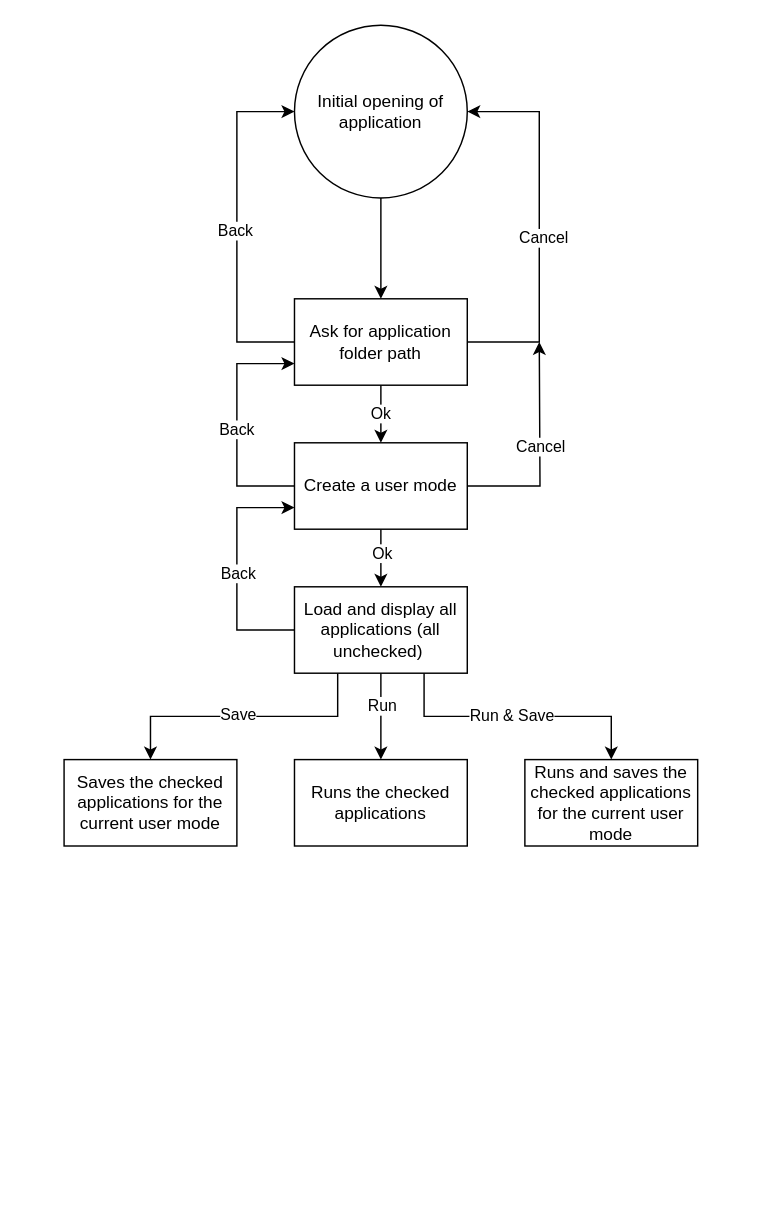
This is openApp.drawio from sohum7/openApp, a draw.io file, before an edit. Source tidied: cells renumbered, new cells numbered last; positions are measured from the earlier drawing's top-left corner, leaving out a move shared by most shapes. Both pictures are drawn from the tidied source at 144%, with x=0, y=0 at pixel (63, 24).
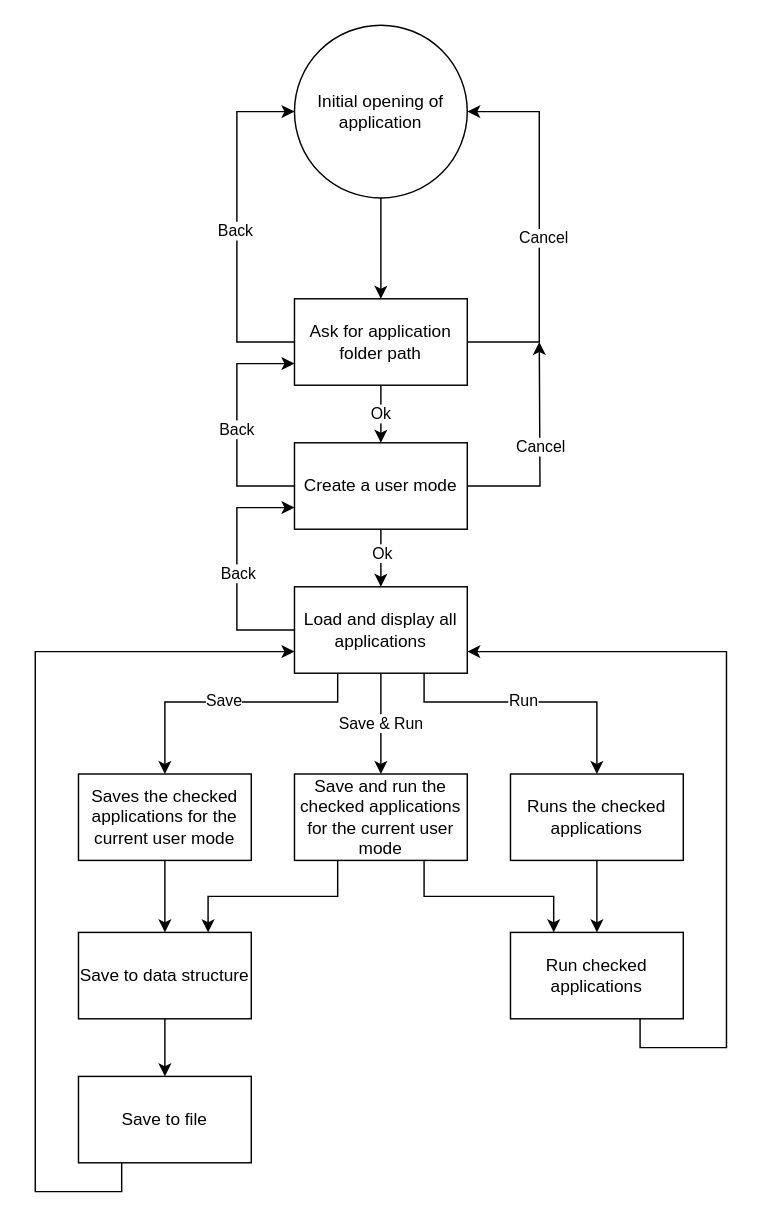
The same diagram, later.

What changed in the source:
```diff
@@
     <mxCell id="19" style="edgeStyle=orthogonalEdgeStyle;rounded=0;jettySize=auto;html=1;exitX=0.25;exitY=1;exitDx=0;exitDy=0;entryX=0.5;entryY=0;entryDx=0;entryDy=0;" parent="1" edge="1" source="25" target="26">
-      <mxGeometry relative="1" as="geometry" />
+      <mxGeometry relative="1" as="geometry">
+        <Array as="points">
+          <mxPoint x="190" y="470" />
+          <mxPoint x="70" y="470" />
+        </Array>
+      </mxGeometry>
     </mxCell>
@@
+    <mxCell id="23" value="Save &amp;amp; Run" style="edgeStyle=orthogonalEdgeStyle;rounded=0;jettySize=auto;html=1;exitX=0.5;exitY=1;exitDx=0;exitDy=0;" parent="1" edge="1" source="25" target="28">
+      <mxGeometry relative="1" as="geometry" />
+    </mxCell>
-    <mxCell id="21" style="edgeStyle=orthogonalEdgeStyle;rounded=0;jettySize=auto;html=1;" parent="1" edge="1" source="25" target="27">
-      <mxGeometry relative="1" as="geometry" />
+    <mxCell id="21" style="edgeStyle=orthogonalEdgeStyle;rounded=0;jettySize=auto;html=1;exitX=0.75;exitY=1;exitDx=0;exitDy=0;entryX=0.5;entryY=0;entryDx=0;entryDy=0;" parent="1" edge="1" source="25" target="27">
+      <mxGeometry relative="1" as="geometry">
+        <Array as="points">
+          <mxPoint x="250" y="470" />
+          <mxPoint x="370" y="470" />
+        </Array>
+      </mxGeometry>
     </mxCell>
     <mxCell id="22" value="Run" style="edgeLabel;html=1;align=center;verticalAlign=middle;" parent="21" vertex="1">
-      <mxGeometry x="-0.27" relative="1" as="geometry" />
+      <mxGeometry x="0.16" y="2" relative="1" as="geometry">
+        <mxPoint x="-22" as="offset" />
+      </mxGeometry>
     </mxCell>
-    <mxCell id="23" style="edgeStyle=orthogonalEdgeStyle;rounded=0;jettySize=auto;html=1;exitX=0.75;exitY=1;exitDx=0;exitDy=0;" parent="1" edge="1" source="25" target="28">
-      <mxGeometry relative="1" as="geometry" />
-    </mxCell>
-    <mxCell id="24" value="Run &amp;amp; Save" style="edgeLabel;html=1;align=center;verticalAlign=middle;" parent="23" vertex="1">
-      <mxGeometry x="-0.45" y="1" relative="1" as="geometry">
-        <mxPoint x="38" as="offset" />
-      </mxGeometry>
-    </mxCell>
-    <mxCell id="25" value="Load and display all applications (all unchecked)&amp;nbsp;" style="rounded=0;whiteSpace=wrap;html=1;" parent="1" vertex="1">
+    <mxCell id="25" value="Load and display all applications" style="rounded=0;whiteSpace=wrap;html=1;" parent="1" vertex="1">
       <mxGeometry x="160" y="390" width="120" height="60" as="geometry" />
     </mxCell>
+    <mxCell id="29" style="edgeStyle=orthogonalEdgeStyle;rounded=0;jettySize=auto;html=1;" parent="1" edge="1" source="26" target="34">
+      <mxGeometry relative="1" as="geometry" />
+    </mxCell>
     <mxCell id="26" value="Saves the checked applications for the current user mode" style="whiteSpace=wrap;html=1;rounded=0;" parent="1" vertex="1">
-      <mxGeometry y="510" width="120" height="60" as="geometry" />
+      <mxGeometry x="10" y="520" width="120" height="60" as="geometry" />
     </mxCell>
+    <mxCell id="30" style="edgeStyle=orthogonalEdgeStyle;rounded=0;jettySize=auto;html=1;" parent="1" edge="1" source="27" target="38">
+      <mxGeometry relative="1" as="geometry" />
+    </mxCell>
     <mxCell id="27" value="Runs the checked applications" style="whiteSpace=wrap;html=1;rounded=0;" parent="1" vertex="1">
-      <mxGeometry x="160" y="510" width="120" height="60" as="geometry" />
+      <mxGeometry x="310" y="520" width="120" height="60" as="geometry" />
     </mxCell>
+    <mxCell id="31" style="edgeStyle=orthogonalEdgeStyle;rounded=0;jettySize=auto;html=1;exitX=0.25;exitY=1;exitDx=0;exitDy=0;entryX=0.75;entryY=0;entryDx=0;entryDy=0;" parent="1" edge="1" source="28" target="34">
+      <mxGeometry relative="1" as="geometry" />
+    </mxCell>
+    <mxCell id="32" style="edgeStyle=orthogonalEdgeStyle;rounded=0;jettySize=auto;html=1;exitX=0.75;exitY=1;exitDx=0;exitDy=0;entryX=0.25;entryY=0;entryDx=0;entryDy=0;" parent="1" edge="1" source="28" target="38">
+      <mxGeometry relative="1" as="geometry" />
+    </mxCell>
-    <mxCell id="28" value="Runs and saves the checked applications for the current user mode" style="rounded=0;whiteSpace=wrap;html=1;" parent="1" vertex="1">
-      <mxGeometry x="320" y="510" width="120" height="60" as="geometry" />
+    <mxCell id="28" value="Save and run the checked applications for the current user mode" style="rounded=0;whiteSpace=wrap;html=1;" parent="1" vertex="1">
+      <mxGeometry x="160" y="520" width="120" height="60" as="geometry" />
     </mxCell>
+    <mxCell id="33" style="edgeStyle=orthogonalEdgeStyle;rounded=0;jettySize=auto;html=1;" parent="1" edge="1" source="34" target="36">
+      <mxGeometry relative="1" as="geometry" />
+    </mxCell>
+    <mxCell id="34" value="Save to data structure" style="whiteSpace=wrap;html=1;rounded=0;" parent="1" vertex="1">
+      <mxGeometry x="10" y="630" width="120" height="60" as="geometry" />
+    </mxCell>
+    <mxCell id="35" style="edgeStyle=orthogonalEdgeStyle;rounded=0;jettySize=auto;html=1;exitX=0.25;exitY=1;exitDx=0;exitDy=0;entryX=0;entryY=0.75;entryDx=0;entryDy=0;" parent="1" edge="1" source="36" target="25">
+      <mxGeometry relative="1" as="geometry">
+        <Array as="points">
+          <mxPoint x="40" y="810" />
+          <mxPoint x="-20" y="810" />
+          <mxPoint x="-20" y="435" />
+        </Array>
+      </mxGeometry>
+    </mxCell>
+    <mxCell id="36" value="Save to file" style="whiteSpace=wrap;html=1;rounded=0;" parent="1" vertex="1">
+      <mxGeometry x="10" y="730" width="120" height="60" as="geometry" />
+    </mxCell>
+    <mxCell id="37" style="edgeStyle=orthogonalEdgeStyle;rounded=0;jettySize=auto;html=1;exitX=0.75;exitY=1;exitDx=0;exitDy=0;entryX=1;entryY=0.75;entryDx=0;entryDy=0;" parent="1" edge="1" source="38" target="25">
+      <mxGeometry relative="1" as="geometry">
+        <Array as="points">
+          <mxPoint x="400" y="710" />
+          <mxPoint x="460" y="710" />
+          <mxPoint x="460" y="435" />
+        </Array>
+      </mxGeometry>
+    </mxCell>
+    <mxCell id="38" value="Run checked applications" style="whiteSpace=wrap;html=1;rounded=0;" parent="1" vertex="1">
+      <mxGeometry x="310" y="630" width="120" height="60" as="geometry" />
+    </mxCell>
```
